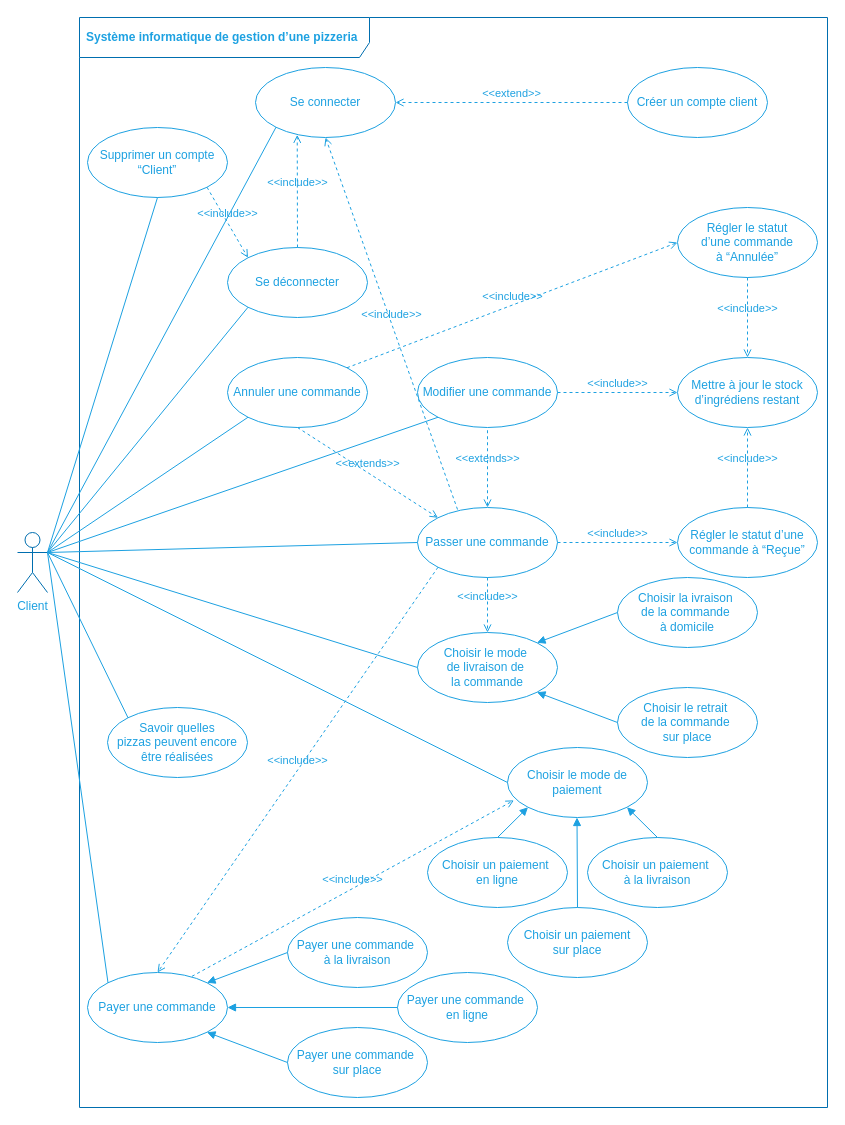
centvingt/OCPizzaRedaction keeps this draw.io diagram as img/figure_use-case-diagram-customer.dio. Above is the earlier version. Source tidied: cells renumbered, new cells numbered last; positions are measured from the earlier drawing's top-left corner, leaving out a move shared by most shapes. Both pictures are drawn from the tidied source at 100%, with x=0, y=0 at pixel (17, 17).
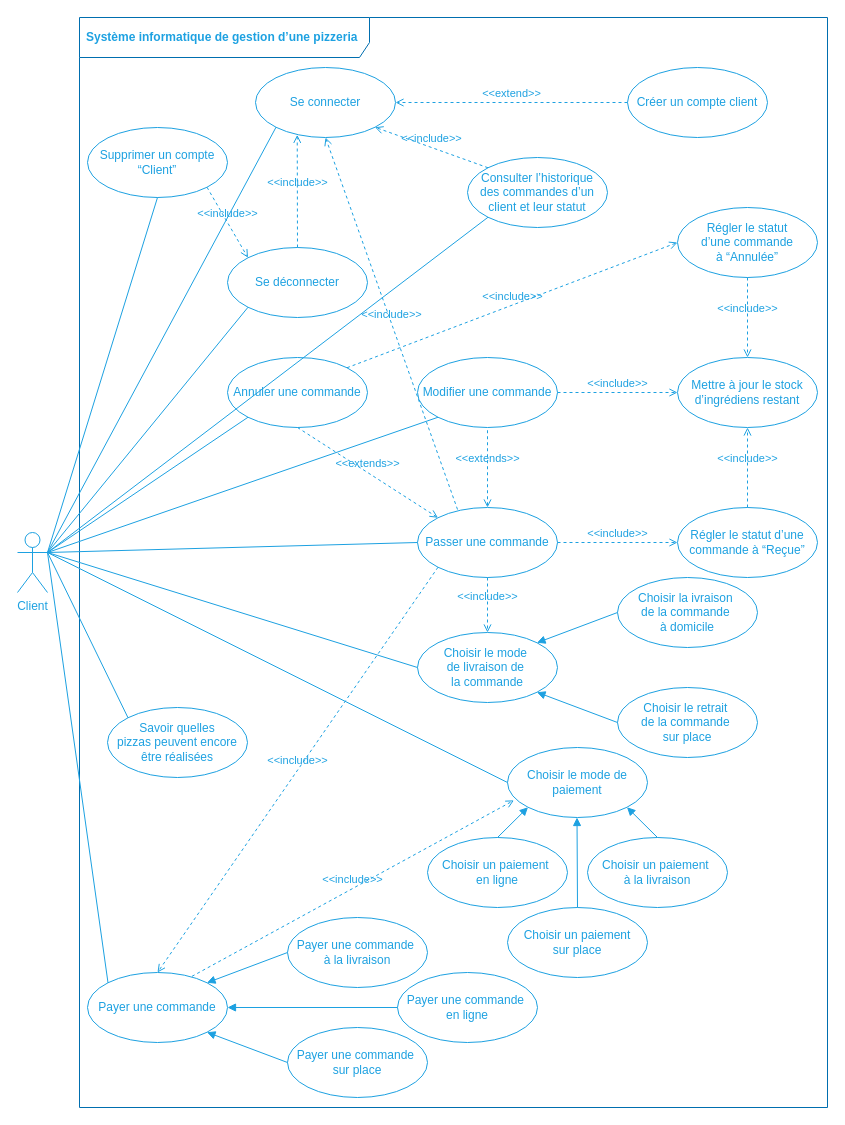
After the change.

Unchanged cells that the change refers to:
```xml
<mxCell id="23" value="&lt;font color=&quot;#1da1e1&quot;&gt;Se connecter&lt;/font&gt;" style="ellipse;whiteSpace=wrap;html=1;fillColor=none;strokeColor=#1DA1E1;" parent="1" vertex="1">
  <mxGeometry x="238" y="50" width="140" height="70" as="geometry" />
</mxCell>
```

The edit, as a diff of the source:
```diff
@@
-    <mxCell id="2" value="&lt;font color=&quot;#1da1e1&quot;&gt;Client&lt;/font&gt;" style="shape=umlActor;verticalLabelPosition=bottom;verticalAlign=top;html=1;strokeColor=#006EAF;fontColor=#ffffff;fillColor=none;" parent="1" vertex="1">
+    <mxCell id="2" value="&lt;font color=&quot;#1da1e1&quot;&gt;Client&lt;/font&gt;" style="shape=umlActor;verticalLabelPosition=bottom;verticalAlign=top;html=1;fontColor=#ffffff;fillColor=none;strokeColor=#1DA1E1;" parent="1" vertex="1">
       <mxGeometry y="515" width="30" height="60" as="geometry" />
     </mxCell>
@@
+    <mxCell id="61" style="rounded=0;jettySize=auto;html=1;exitX=0;exitY=1;exitDx=0;exitDy=0;entryX=1;entryY=0.3333333333333333;entryDx=0;entryDy=0;entryPerimeter=0;endArrow=none;endFill=0;strokeColor=#1DA1E1;" parent="1" edge="1" source="62" target="2">
+      <mxGeometry relative="1" as="geometry" />
+    </mxCell>
+    <mxCell id="62" value="&lt;font color=&quot;#1da1e1&quot;&gt;Consulter l’historique &lt;br&gt;des commandes d’un client et leur statut&lt;/font&gt;" style="ellipse;whiteSpace=wrap;html=1;fillColor=none;strokeColor=#1DA1E1;" parent="1" vertex="1">
+      <mxGeometry x="450" y="140" width="140" height="70" as="geometry" />
+    </mxCell>
+    <mxCell id="63" value="&lt;font color=&quot;#1da1e1&quot;&gt;&amp;lt;&amp;lt;include&amp;gt;&amp;gt;&lt;/font&gt;" style="html=1;verticalAlign=bottom;labelBackgroundColor=none;endArrow=open;endFill=0;dashed=1;strokeColor=#1DA1E1;exitX=0;exitY=0;exitDx=0;exitDy=0;entryX=1;entryY=1;entryDx=0;entryDy=0;" parent="1" edge="1" source="62" target="23">
+      <mxGeometry relative="1" as="geometry" />
+    </mxCell>
```
